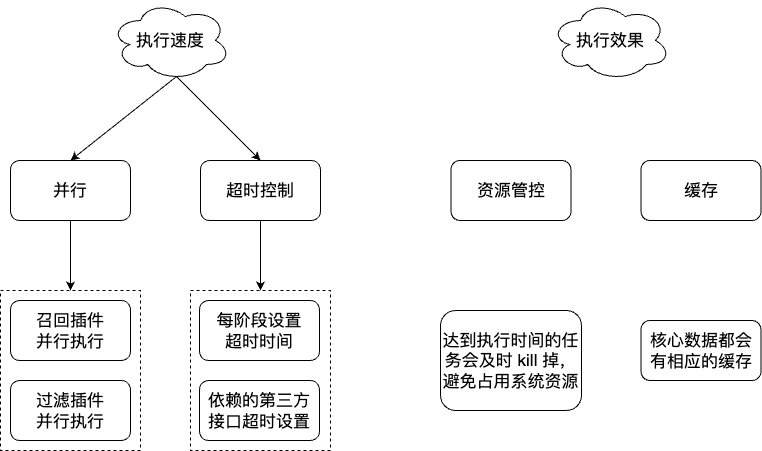
Earlier version of the draw.io export 推荐逻辑之性能控制.png (liujunao/draw-data). Source tidied: cells renumbered, new cells last; positions are measured from the earlier drawing's top-left corner, leaving out a move shared by most shapes.
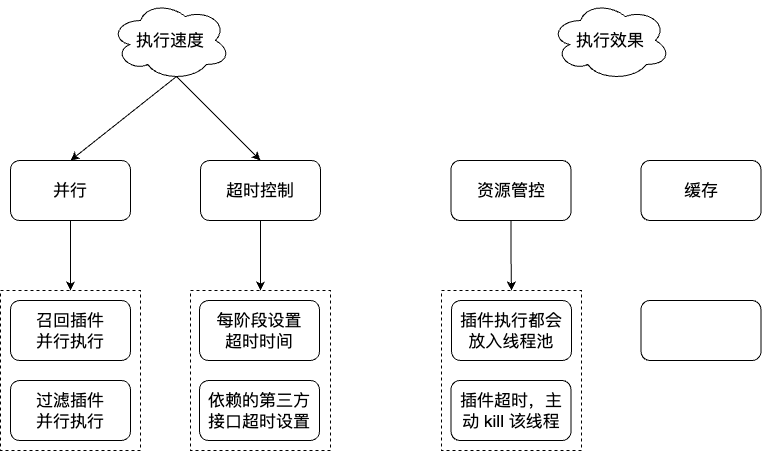
The same file after the commit.

Commit message:
更新推荐逻辑之性能控制.png

Diff of the diagram source:
```diff
@@ -2,6 +2,9 @@
   <root>
     <mxCell id="0" />
     <mxCell id="1" parent="0" />
+    <mxCell id="20" style="rounded=0;whiteSpace=wrap;html=1;dashed=1;" parent="1" vertex="1">
+      <mxGeometry x="441" y="290" width="140" height="160" as="geometry" />
+    </mxCell>
     <mxCell id="2" style="rounded=0;whiteSpace=wrap;html=1;dashed=1;" parent="1" vertex="1">
       <mxGeometry x="190" y="290" width="140" height="160" as="geometry" />
     </mxCell>
@@ -20,6 +23,9 @@
     <mxCell id="7" value="&lt;font size=&quot;3&quot;&gt;超时控制&lt;/font&gt;" style="rounded=1;whiteSpace=wrap;html=1;" parent="1" vertex="1">
       <mxGeometry x="200" y="160" width="120" height="60" as="geometry" />
     </mxCell>
+    <mxCell id="21" style="edgeStyle=orthogonalEdgeStyle;rounded=0;jettySize=auto;html=1;exitX=0.5;exitY=1;exitDx=0;exitDy=0;entryX=0.5;entryY=0;entryDx=0;entryDy=0;" parent="1" edge="1" source="8" target="20">
+      <mxGeometry relative="1" as="geometry" />
+    </mxCell>
     <mxCell id="8" value="&lt;font size=&quot;3&quot;&gt;资源管控&lt;/font&gt;" style="rounded=1;whiteSpace=wrap;html=1;" parent="1" vertex="1">
       <mxGeometry x="450.5" y="160" width="120" height="60" as="geometry" />
     </mxCell>
@@ -35,11 +41,8 @@
     <mxCell id="12" value="&lt;font size=&quot;3&quot;&gt;缓存&lt;/font&gt;" style="rounded=1;whiteSpace=wrap;html=1;" parent="1" vertex="1">
       <mxGeometry x="640.5" y="160" width="120" height="60" as="geometry" />
     </mxCell>
-    <mxCell id="13" value="&lt;font size=&quot;3&quot;&gt;达到执行时间的任务会及时 kill 掉，避免占用系统资源&lt;/font&gt;" style="rounded=1;whiteSpace=wrap;html=1;" parent="1" vertex="1">
-      <mxGeometry x="440" y="310" width="141" height="100" as="geometry" />
-    </mxCell>
-    <mxCell id="14" value="&lt;font size=&quot;3&quot;&gt;核心数据都会有相应的缓存&lt;/font&gt;" style="rounded=1;whiteSpace=wrap;html=1;" parent="1" vertex="1">
-      <mxGeometry x="640.5" y="320" width="120" height="60" as="geometry" />
+    <mxCell id="14" style="rounded=1;whiteSpace=wrap;html=1;" parent="1" vertex="1">
+      <mxGeometry x="640.5" y="300" width="120" height="60" as="geometry" />
     </mxCell>
     <mxCell id="15" style="rounded=0;jettySize=auto;html=1;exitX=0.55;exitY=0.95;exitDx=0;exitDy=0;exitPerimeter=0;entryX=0.5;entryY=0;entryDx=0;entryDy=0;" parent="1" edge="1" source="17" target="5">
       <mxGeometry relative="1" as="geometry" />
@@ -56,5 +59,11 @@
     <mxCell id="19" value="&lt;font size=&quot;3&quot;&gt;执行效果&lt;/font&gt;" style="ellipse;shape=cloud;whiteSpace=wrap;html=1;" parent="1" vertex="1">
       <mxGeometry x="550" width="120" height="80" as="geometry" />
     </mxCell>
+    <mxCell id="22" value="&lt;font size=&quot;3&quot;&gt;插件执行都会放入线程池&lt;/font&gt;" style="rounded=1;whiteSpace=wrap;html=1;" parent="1" vertex="1">
+      <mxGeometry x="451" y="300" width="120" height="60" as="geometry" />
+    </mxCell>
+    <mxCell id="23" value="&lt;font size=&quot;3&quot;&gt;插件超时，主动 kill 该线程&lt;/font&gt;" style="rounded=1;whiteSpace=wrap;html=1;" parent="1" vertex="1">
+      <mxGeometry x="450.5" y="380" width="120" height="60" as="geometry" />
+    </mxCell>
   </root>
 </mxGraphModel>
```
